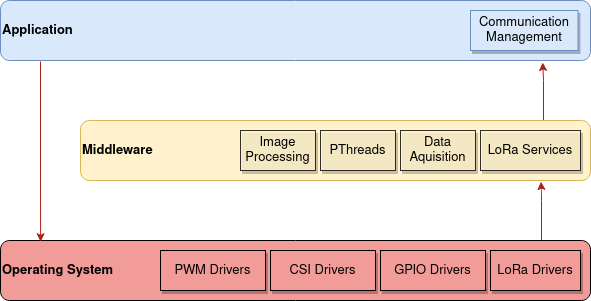
This is project/report/images/03system_overview/local_sw_arch.png from ESRGgroup9/slipad, a draw.io export, as it was before one commit. Source tidied: cells renumbered, new cells last; positions are measured from the earlier drawing's top-left corner, leaving out a move shared by most shapes. The source it was exported from:
```xml
<mxGraphModel>
  <root>
    <mxCell id="0" />
    <mxCell id="1" parent="0" />
    <mxCell id="2" style="edgeStyle=orthogonalEdgeStyle;rounded=1;jettySize=auto;html=1;labelBackgroundColor=none;labelBorderColor=none;fontSize=13;fontColor=default;strokeColor=#A8201A;entryX=0.903;entryY=1.017;entryDx=0;entryDy=0;entryPerimeter=0;" parent="1" edge="1" source="3" target="5">
      <mxGeometry relative="1" as="geometry">
        <Array as="points">
          <mxPoint x="541" y="190" />
          <mxPoint x="541" y="190" />
        </Array>
      </mxGeometry>
    </mxCell>
    <mxCell id="3" value="Operating System " style="rounded=1;whiteSpace=wrap;html=1;labelBackgroundColor=none;labelBorderColor=none;fontSize=13;fontColor=default;strokeColor=default;strokeWidth=0.6;fillColor=#F19C99;align=left;verticalAlign=middle;fontStyle=1;" parent="1" vertex="1">
      <mxGeometry y="240" width="590" height="60" as="geometry" />
    </mxCell>
    <mxCell id="4" style="edgeStyle=orthogonalEdgeStyle;rounded=0;jettySize=auto;html=1;entryX=0.919;entryY=1.033;entryDx=0;entryDy=0;entryPerimeter=0;labelBorderColor=none;fontColor=default;strokeColor=#A8201A;labelBackgroundColor=default;" parent="1" edge="1" source="5" target="7">
      <mxGeometry relative="1" as="geometry">
        <Array as="points">
          <mxPoint x="543" y="80" />
          <mxPoint x="543" y="80" />
        </Array>
      </mxGeometry>
    </mxCell>
    <mxCell id="5" value="Middleware" style="rounded=1;whiteSpace=wrap;html=1;labelBackgroundColor=none;labelBorderColor=none;fontSize=13;strokeColor=#d6b656;strokeWidth=0.6;fillColor=#fff2cc;align=left;verticalAlign=middle;fontStyle=1;fontColor=default;" parent="1" vertex="1">
      <mxGeometry x="80" y="120" width="510" height="60" as="geometry" />
    </mxCell>
    <mxCell id="6" style="edgeStyle=orthogonalEdgeStyle;rounded=1;jettySize=auto;html=1;labelBackgroundColor=none;labelBorderColor=none;fontSize=13;fontColor=default;strokeColor=#A8201A;entryX=0.068;entryY=0.021;entryDx=0;entryDy=0;entryPerimeter=0;" parent="1" edge="1" target="3">
      <mxGeometry relative="1" as="geometry">
        <mxPoint x="40" y="61" as="sourcePoint" />
      </mxGeometry>
    </mxCell>
    <mxCell id="7" value="Application" style="rounded=1;whiteSpace=wrap;html=1;labelBackgroundColor=none;labelBorderColor=none;fontSize=13;strokeColor=#6c8ebf;strokeWidth=0.6;fillColor=#dae8fc;align=left;verticalAlign=middle;fontStyle=1;fontColor=default;glass=0;sketch=0;" parent="1" vertex="1">
      <mxGeometry width="590" height="60" as="geometry" />
    </mxCell>
    <mxCell id="8" value="Communication Management" style="rounded=0;whiteSpace=wrap;html=1;labelBackgroundColor=none;labelBorderColor=none;fontSize=13;strokeColor=#6c8ebf;strokeWidth=0.6;fillColor=#dae8fc;align=center;verticalAlign=middle;shadow=1;fontColor=default;glass=0;sketch=0;" parent="1" vertex="1">
      <mxGeometry x="470" y="10" width="107.5" height="40" as="geometry" />
    </mxCell>
    <mxCell id="9" value="Data Aquisition" style="rounded=0;whiteSpace=wrap;html=1;labelBackgroundColor=none;labelBorderColor=none;fontSize=13;strokeColor=#000000;strokeWidth=0.6;fillColor=#fff2cc;align=center;verticalAlign=middle;fontColor=default;opacity=80;shadow=1;" parent="1" vertex="1">
      <mxGeometry x="400" y="130" width="75" height="40" as="geometry" />
    </mxCell>
    <mxCell id="10" value="&lt;div&gt;PThreads&lt;/div&gt;" style="rounded=0;whiteSpace=wrap;html=1;labelBackgroundColor=none;labelBorderColor=none;fontSize=13;strokeColor=#000000;strokeWidth=0.6;fillColor=#fff2cc;align=center;verticalAlign=middle;fontColor=default;opacity=80;shadow=1;" parent="1" vertex="1">
      <mxGeometry x="320" y="130" width="75" height="40" as="geometry" />
    </mxCell>
    <mxCell id="11" value="GPIO Drivers" style="rounded=0;whiteSpace=wrap;html=1;labelBackgroundColor=none;labelBorderColor=none;fontSize=13;fontColor=default;strokeColor=default;strokeWidth=0.6;fillColor=#F19C99;align=center;verticalAlign=middle;shadow=1;" parent="1" vertex="1">
      <mxGeometry x="380" y="250" width="105" height="40" as="geometry" />
    </mxCell>
    <mxCell id="12" value="CSI Drivers" style="rounded=0;whiteSpace=wrap;html=1;labelBackgroundColor=none;labelBorderColor=none;fontSize=13;fontColor=default;strokeColor=default;strokeWidth=0.6;fillColor=#F19C99;align=center;verticalAlign=middle;shadow=1;" parent="1" vertex="1">
      <mxGeometry x="270" y="250" width="105" height="40" as="geometry" />
    </mxCell>
    <mxCell id="13" value="PWM Drivers" style="rounded=0;whiteSpace=wrap;html=1;labelBackgroundColor=none;labelBorderColor=none;fontSize=13;fontColor=default;strokeColor=default;strokeWidth=0.6;fillColor=#F19C99;align=center;verticalAlign=middle;shadow=1;" parent="1" vertex="1">
      <mxGeometry x="160" y="250" width="105" height="40" as="geometry" />
    </mxCell>
    <mxCell id="14" value="Image Processing" style="rounded=0;whiteSpace=wrap;html=1;labelBackgroundColor=none;labelBorderColor=none;fontSize=13;strokeColor=#000000;strokeWidth=0.6;fillColor=#fff2cc;align=center;verticalAlign=middle;fontColor=default;opacity=80;shadow=1;" parent="1" vertex="1">
      <mxGeometry x="240" y="130" width="75" height="40" as="geometry" />
    </mxCell>
    <mxCell id="15" value="LoRa Drivers" style="rounded=0;whiteSpace=wrap;html=1;labelBackgroundColor=none;labelBorderColor=none;fontSize=13;fontColor=default;strokeColor=default;strokeWidth=0.6;fillColor=#F19C99;align=center;verticalAlign=middle;shadow=1;" parent="1" vertex="1">
      <mxGeometry x="490" y="250" width="90" height="40" as="geometry" />
    </mxCell>
    <mxCell id="16" value="LoRa Services" style="rounded=0;whiteSpace=wrap;html=1;labelBackgroundColor=none;labelBorderColor=none;fontSize=13;strokeColor=#000000;strokeWidth=0.6;fillColor=#fff2cc;align=center;verticalAlign=middle;fontColor=default;opacity=80;shadow=1;" parent="1" vertex="1">
      <mxGeometry x="480" y="130" width="100" height="40" as="geometry" />
    </mxCell>
  </root>
</mxGraphModel>
```
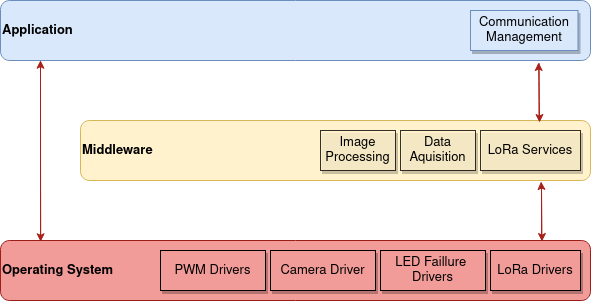
Later version of the same file.

The edit, as a diff of the source:
```diff
@@ -10,14 +10,14 @@
         </Array>
       </mxGeometry>
     </mxCell>
-    <mxCell id="3" value="Operating System " style="rounded=1;whiteSpace=wrap;html=1;labelBackgroundColor=none;labelBorderColor=none;fontSize=13;fontColor=default;strokeColor=default;strokeWidth=0.6;fillColor=#F19C99;align=left;verticalAlign=middle;fontStyle=1;" parent="1" vertex="1">
+    <mxCell id="3" value="Operating System " style="rounded=1;whiteSpace=wrap;html=1;labelBackgroundColor=none;labelBorderColor=none;fontSize=13;fontColor=default;strokeColor=#9C1E18;strokeWidth=0.6;fillColor=#F19C99;align=left;verticalAlign=middle;fontStyle=1;" parent="1" vertex="1">
       <mxGeometry y="240" width="590" height="60" as="geometry" />
     </mxCell>
-    <mxCell id="4" style="edgeStyle=orthogonalEdgeStyle;rounded=0;jettySize=auto;html=1;entryX=0.919;entryY=1.033;entryDx=0;entryDy=0;entryPerimeter=0;labelBorderColor=none;fontColor=default;strokeColor=#A8201A;labelBackgroundColor=default;" parent="1" edge="1" source="5" target="7">
+    <mxCell id="4" style="edgeStyle=orthogonalEdgeStyle;rounded=1;jettySize=auto;html=1;exitX=0.899;exitY=0.021;exitDx=0;exitDy=0;entryX=0.912;entryY=1.033;entryDx=0;entryDy=0;entryPerimeter=0;strokeColor=#A8201A;exitPerimeter=0;" parent="1" edge="1" source="5" target="7">
       <mxGeometry relative="1" as="geometry">
         <Array as="points">
-          <mxPoint x="543" y="80" />
-          <mxPoint x="543" y="80" />
+          <mxPoint x="539" y="90" />
+          <mxPoint x="538" y="62" />
         </Array>
       </mxGeometry>
     </mxCell>
@@ -38,20 +38,17 @@
     <mxCell id="9" value="Data Aquisition" style="rounded=0;whiteSpace=wrap;html=1;labelBackgroundColor=none;labelBorderColor=none;fontSize=13;strokeColor=#000000;strokeWidth=0.6;fillColor=#fff2cc;align=center;verticalAlign=middle;fontColor=default;opacity=80;shadow=1;" parent="1" vertex="1">
       <mxGeometry x="400" y="130" width="75" height="40" as="geometry" />
     </mxCell>
-    <mxCell id="10" value="&lt;div&gt;PThreads&lt;/div&gt;" style="rounded=0;whiteSpace=wrap;html=1;labelBackgroundColor=none;labelBorderColor=none;fontSize=13;strokeColor=#000000;strokeWidth=0.6;fillColor=#fff2cc;align=center;verticalAlign=middle;fontColor=default;opacity=80;shadow=1;" parent="1" vertex="1">
-      <mxGeometry x="320" y="130" width="75" height="40" as="geometry" />
-    </mxCell>
-    <mxCell id="11" value="GPIO Drivers" style="rounded=0;whiteSpace=wrap;html=1;labelBackgroundColor=none;labelBorderColor=none;fontSize=13;fontColor=default;strokeColor=default;strokeWidth=0.6;fillColor=#F19C99;align=center;verticalAlign=middle;shadow=1;" parent="1" vertex="1">
+    <mxCell id="11" value="LED Faillure&amp;nbsp; Drivers" style="rounded=0;whiteSpace=wrap;html=1;labelBackgroundColor=none;labelBorderColor=none;fontSize=13;fontColor=default;strokeColor=default;strokeWidth=0.6;fillColor=#F19C99;align=center;verticalAlign=middle;shadow=1;" parent="1" vertex="1">
       <mxGeometry x="380" y="250" width="105" height="40" as="geometry" />
     </mxCell>
-    <mxCell id="12" value="CSI Drivers" style="rounded=0;whiteSpace=wrap;html=1;labelBackgroundColor=none;labelBorderColor=none;fontSize=13;fontColor=default;strokeColor=default;strokeWidth=0.6;fillColor=#F19C99;align=center;verticalAlign=middle;shadow=1;" parent="1" vertex="1">
+    <mxCell id="12" value="Camera Driver" style="rounded=0;whiteSpace=wrap;html=1;labelBackgroundColor=none;labelBorderColor=none;fontSize=13;fontColor=default;strokeColor=default;strokeWidth=0.6;fillColor=#F19C99;align=center;verticalAlign=middle;shadow=1;" parent="1" vertex="1">
       <mxGeometry x="270" y="250" width="105" height="40" as="geometry" />
     </mxCell>
     <mxCell id="13" value="PWM Drivers" style="rounded=0;whiteSpace=wrap;html=1;labelBackgroundColor=none;labelBorderColor=none;fontSize=13;fontColor=default;strokeColor=default;strokeWidth=0.6;fillColor=#F19C99;align=center;verticalAlign=middle;shadow=1;" parent="1" vertex="1">
       <mxGeometry x="160" y="250" width="105" height="40" as="geometry" />
     </mxCell>
     <mxCell id="14" value="Image Processing" style="rounded=0;whiteSpace=wrap;html=1;labelBackgroundColor=none;labelBorderColor=none;fontSize=13;strokeColor=#000000;strokeWidth=0.6;fillColor=#fff2cc;align=center;verticalAlign=middle;fontColor=default;opacity=80;shadow=1;" parent="1" vertex="1">
-      <mxGeometry x="240" y="130" width="75" height="40" as="geometry" />
+      <mxGeometry x="320" y="130" width="75" height="40" as="geometry" />
     </mxCell>
     <mxCell id="15" value="LoRa Drivers" style="rounded=0;whiteSpace=wrap;html=1;labelBackgroundColor=none;labelBorderColor=none;fontSize=13;fontColor=default;strokeColor=default;strokeWidth=0.6;fillColor=#F19C99;align=center;verticalAlign=middle;shadow=1;" parent="1" vertex="1">
       <mxGeometry x="490" y="250" width="90" height="40" as="geometry" />
@@ -59,5 +56,35 @@
     <mxCell id="16" value="LoRa Services" style="rounded=0;whiteSpace=wrap;html=1;labelBackgroundColor=none;labelBorderColor=none;fontSize=13;strokeColor=#000000;strokeWidth=0.6;fillColor=#fff2cc;align=center;verticalAlign=middle;fontColor=default;opacity=80;shadow=1;" parent="1" vertex="1">
       <mxGeometry x="480" y="130" width="100" height="40" as="geometry" />
     </mxCell>
+    <mxCell id="17" style="edgeStyle=orthogonalEdgeStyle;rounded=1;orthogonalLoop=1;jettySize=auto;html=1;labelBackgroundColor=none;labelBorderColor=none;fontSize=13;fontColor=default;strokeColor=#A8201A;entryX=0.903;entryY=1.017;entryDx=0;entryDy=0;entryPerimeter=0;" parent="1" edge="1">
+      <mxGeometry relative="1" as="geometry">
+        <mxPoint x="541" y="182" as="sourcePoint" />
+        <mxPoint x="541.5" y="241" as="targetPoint" />
+        <Array as="points">
+          <mxPoint x="541.5" y="191" />
+          <mxPoint x="541.5" y="191" />
+        </Array>
+      </mxGeometry>
+    </mxCell>
+    <mxCell id="18" style="edgeStyle=orthogonalEdgeStyle;rounded=1;orthogonalLoop=1;jettySize=auto;html=1;exitX=0.899;exitY=0.021;exitDx=0;exitDy=0;entryX=0.912;entryY=1.033;entryDx=0;entryDy=0;entryPerimeter=0;strokeColor=#A8201A;exitPerimeter=0;" parent="1" edge="1">
+      <mxGeometry relative="1" as="geometry">
+        <mxPoint x="538.7" y="62.7" as="sourcePoint" />
+        <mxPoint x="539.1" y="122" as="targetPoint" />
+        <Array as="points">
+          <mxPoint x="538.6" y="90.7" />
+          <mxPoint x="539.6" y="90.7" />
+        </Array>
+      </mxGeometry>
+    </mxCell>
+    <mxCell id="19" style="edgeStyle=orthogonalEdgeStyle;rounded=1;orthogonalLoop=1;jettySize=auto;html=1;labelBackgroundColor=none;labelBorderColor=none;fontSize=13;fontColor=default;strokeColor=#A8201A;entryX=0.068;entryY=0.021;entryDx=0;entryDy=0;entryPerimeter=0;" parent="1" edge="1">
+      <mxGeometry relative="1" as="geometry">
+        <mxPoint x="40.1" y="240" as="sourcePoint" />
+        <mxPoint x="40" y="59.7" as="targetPoint" />
+        <Array as="points">
+          <mxPoint x="40" y="198.7" />
+          <mxPoint x="40" y="198.7" />
+        </Array>
+      </mxGeometry>
+    </mxCell>
   </root>
 </mxGraphModel>
```
